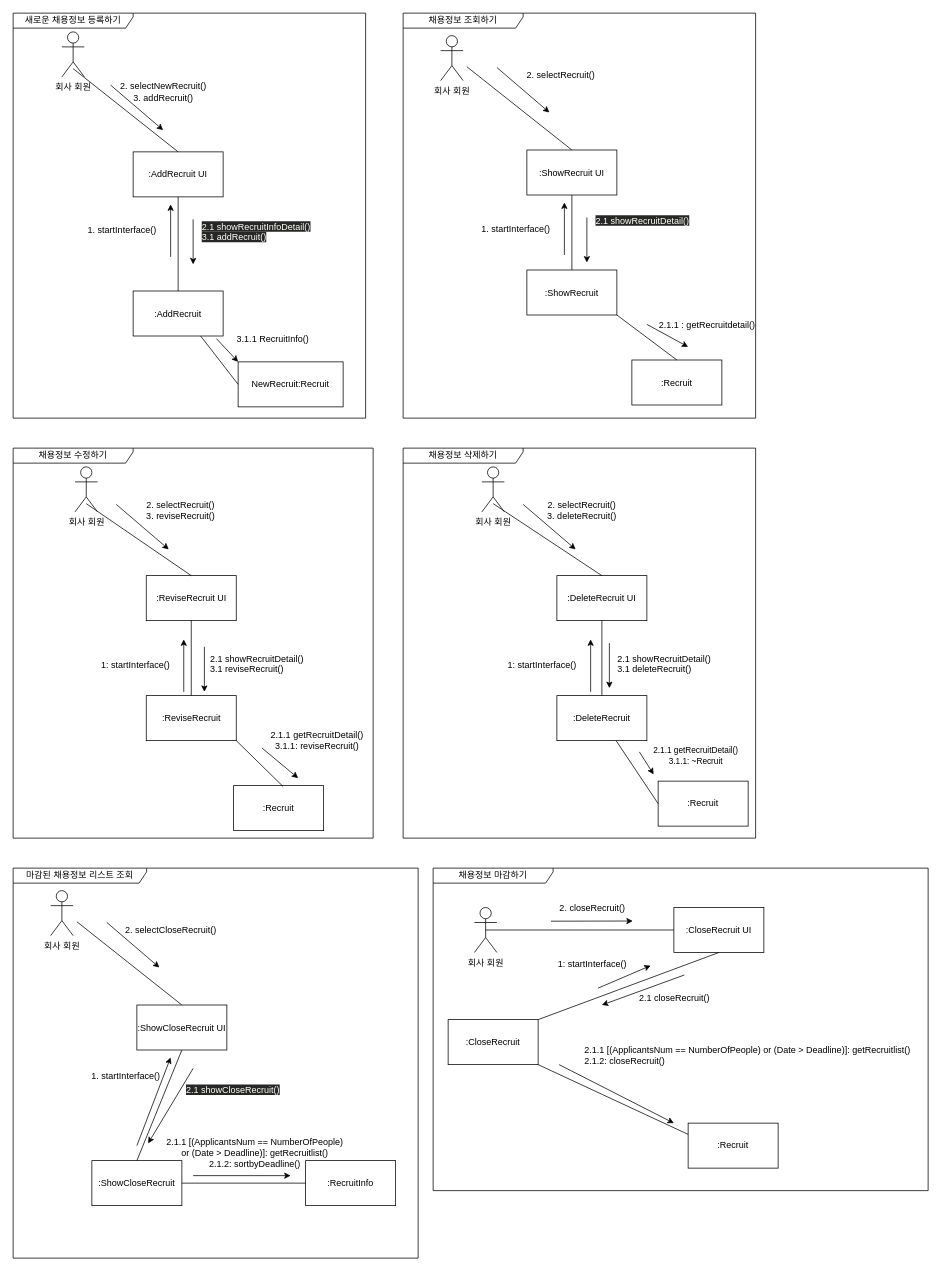
Earlier version of the draw.io diagram Seongyu/CommunicationDiagram_B715102_유선규.drawio (KimTaemin-Git/SE2). Source tidied: cells renumbered, new cells numbered last; positions are measured from the earlier drawing's top-left corner, leaving out a move shared by most shapes. Both pictures are drawn from the tidied source at 75%, with x=0, y=0 at pixel (13, 13).
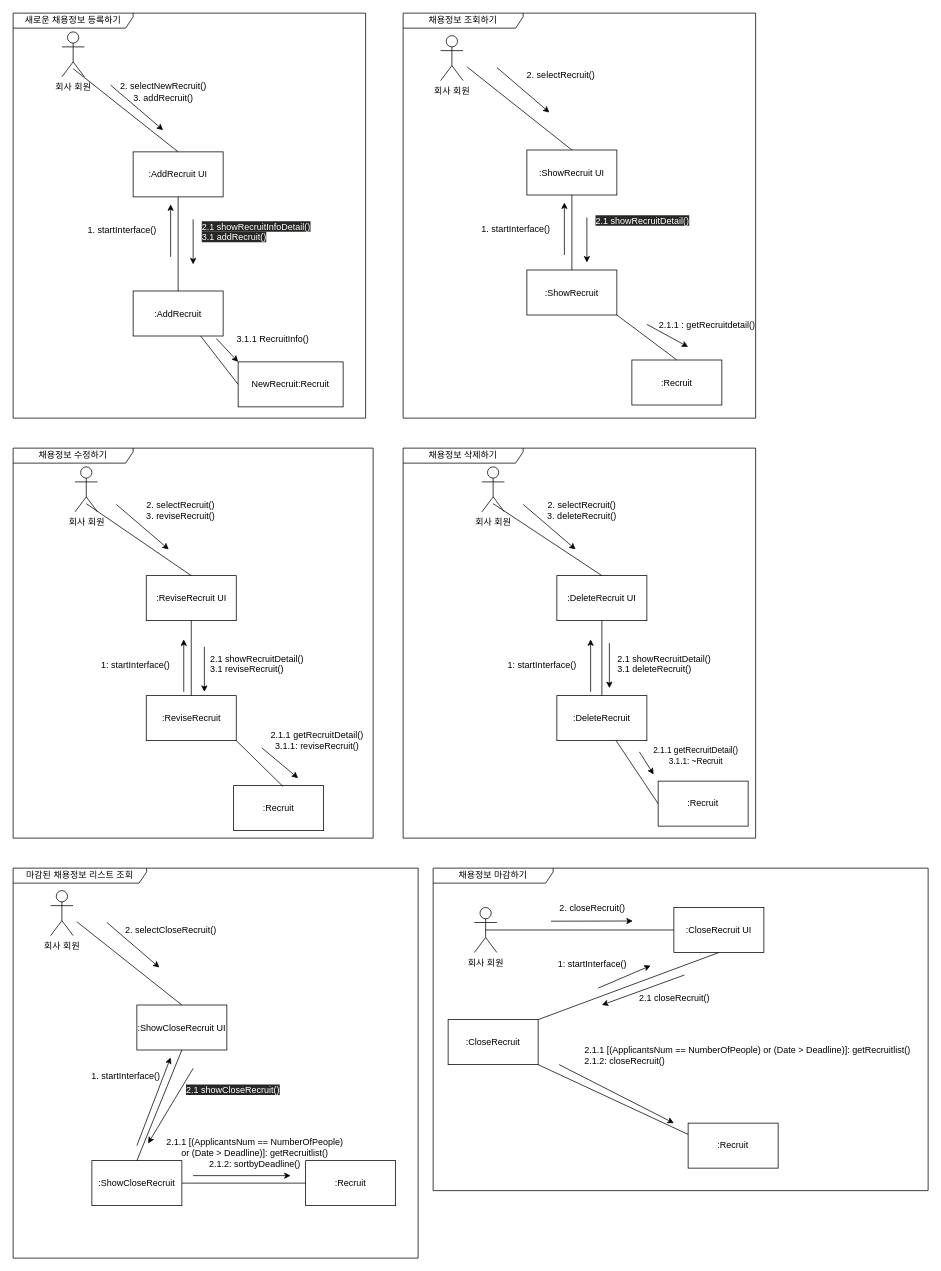
The same page after the edit.

Commit message:
CommunicationDiagram_B715102_유선규.drawio 업데이트

The edit, as a diff of the source:
```diff
@@
-    <mxCell id="75" value=":RecruitInfo" style="whiteSpace=wrap;html=1;" parent="1" vertex="1">
+    <mxCell id="75" value=":Recruit" style="whiteSpace=wrap;html=1;" parent="1" vertex="1">
       <mxGeometry x="390" y="1530" width="120" height="60" as="geometry" />
     </mxCell>
```
